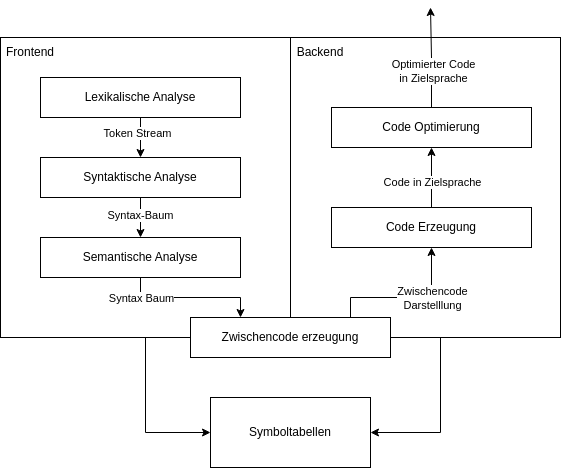
Earlier version of the draw.io export assets/img/transpiler-diagramm.png (lhahner/aspekte-formale-uebersetzung-programmiersprachen). Source tidied: cells renumbered, new cells last; positions are measured from the earlier drawing's top-left corner, leaving out a move shared by most shapes. Source of this version:
```xml
<mxGraphModel>
  <root>
    <mxCell id="0" />
    <mxCell id="1" parent="0" />
    <mxCell id="2" style="edgeStyle=orthogonalEdgeStyle;rounded=0;jettySize=auto;html=1;entryX=1;entryY=0.5;entryDx=0;entryDy=0;" parent="1" edge="1" source="3" target="18">
      <mxGeometry relative="1" as="geometry">
        <Array as="points">
          <mxPoint x="440" y="425" />
        </Array>
      </mxGeometry>
    </mxCell>
    <mxCell id="3" style="rounded=0;whiteSpace=wrap;html=1;" parent="1" vertex="1">
      <mxGeometry x="290" y="30" width="270" height="300" as="geometry" />
    </mxCell>
    <mxCell id="4" style="edgeStyle=orthogonalEdgeStyle;rounded=0;jettySize=auto;html=1;exitX=0.5;exitY=1;exitDx=0;exitDy=0;entryX=0;entryY=0.5;entryDx=0;entryDy=0;" parent="1" edge="1" source="5" target="18">
      <mxGeometry relative="1" as="geometry" />
    </mxCell>
    <mxCell id="5" style="rounded=0;whiteSpace=wrap;html=1;" parent="1" vertex="1">
      <mxGeometry y="30" width="290" height="300" as="geometry" />
    </mxCell>
    <mxCell id="6" style="edgeStyle=orthogonalEdgeStyle;rounded=0;jettySize=auto;html=1;entryX=0.25;entryY=0;entryDx=0;entryDy=0;" parent="1" edge="1" source="8" target="17">
      <mxGeometry relative="1" as="geometry">
        <Array as="points">
          <mxPoint x="140" y="290" />
          <mxPoint x="240" y="290" />
        </Array>
      </mxGeometry>
    </mxCell>
    <mxCell id="7" value="Syntax Baum" style="edgeLabel;html=1;align=center;verticalAlign=middle;" parent="6" vertex="1">
      <mxGeometry x="-0.15" relative="1" as="geometry">
        <mxPoint x="-40" as="offset" />
      </mxGeometry>
    </mxCell>
    <mxCell id="8" value="Semantische Analyse" style="rounded=0;whiteSpace=wrap;html=1;" parent="1" vertex="1">
      <mxGeometry x="40" y="230" width="200" height="40" as="geometry" />
    </mxCell>
    <mxCell id="9" style="edgeStyle=orthogonalEdgeStyle;rounded=0;jettySize=auto;html=1;entryX=0.5;entryY=0;entryDx=0;entryDy=0;" parent="1" edge="1" source="11" target="14">
      <mxGeometry relative="1" as="geometry" />
    </mxCell>
    <mxCell id="10" value="Token Stream" style="edgeLabel;html=1;align=center;verticalAlign=middle;" parent="9" vertex="1">
      <mxGeometry x="-0.25" y="-4" relative="1" as="geometry" />
    </mxCell>
    <mxCell id="11" value="Lexikalische Analyse" style="rounded=0;whiteSpace=wrap;html=1;" parent="1" vertex="1">
      <mxGeometry x="40" y="70" width="200" height="40" as="geometry" />
    </mxCell>
    <mxCell id="12" style="edgeStyle=orthogonalEdgeStyle;rounded=0;jettySize=auto;html=1;entryX=0.5;entryY=0;entryDx=0;entryDy=0;" parent="1" edge="1" source="14" target="8">
      <mxGeometry relative="1" as="geometry" />
    </mxCell>
    <mxCell id="13" value="Syntax-Baum" style="edgeLabel;html=1;align=center;verticalAlign=middle;" parent="12" vertex="1">
      <mxGeometry x="-0.15" y="-1" relative="1" as="geometry" />
    </mxCell>
    <mxCell id="14" value="Syntaktische Analyse" style="rounded=0;whiteSpace=wrap;html=1;" parent="1" vertex="1">
      <mxGeometry x="40" y="150" width="200" height="40" as="geometry" />
    </mxCell>
    <mxCell id="15" style="edgeStyle=orthogonalEdgeStyle;rounded=0;jettySize=auto;html=1;exitX=0.81;exitY=0.025;exitDx=0;exitDy=0;entryX=0.5;entryY=1;entryDx=0;entryDy=0;exitPerimeter=0;" parent="1" edge="1" source="17">
      <mxGeometry relative="1" as="geometry">
        <mxPoint x="431" y="240" as="targetPoint" />
        <Array as="points">
          <mxPoint x="352" y="310" />
          <mxPoint x="350" y="310" />
          <mxPoint x="350" y="290" />
          <mxPoint x="431" y="290" />
        </Array>
      </mxGeometry>
    </mxCell>
    <mxCell id="16" value="Zwischencode &lt;br&gt;Darstelllung" style="edgeLabel;html=1;align=center;verticalAlign=middle;" parent="15" vertex="1">
      <mxGeometry x="0.53" y="-2" relative="1" as="geometry">
        <mxPoint x="-2" y="13" as="offset" />
      </mxGeometry>
    </mxCell>
    <mxCell id="17" value="Zwischencode erzeugung" style="rounded=0;whiteSpace=wrap;html=1;" parent="1" vertex="1">
      <mxGeometry x="190" y="310" width="200" height="40" as="geometry" />
    </mxCell>
    <mxCell id="18" value="Symboltabellen" style="rounded=0;whiteSpace=wrap;html=1;" parent="1" vertex="1">
      <mxGeometry x="210" y="390" width="160" height="70" as="geometry" />
    </mxCell>
    <mxCell id="19" value="Frontend" style="text;html=1;strokeColor=none;fillColor=none;align=center;verticalAlign=middle;whiteSpace=wrap;rounded=0;" parent="1" vertex="1">
      <mxGeometry y="30" width="60" height="30" as="geometry" />
    </mxCell>
    <mxCell id="20" value="Backend" style="text;html=1;strokeColor=none;fillColor=none;align=center;verticalAlign=middle;whiteSpace=wrap;rounded=0;" parent="1" vertex="1">
      <mxGeometry x="290" y="30" width="60" height="30" as="geometry" />
    </mxCell>
    <mxCell id="21" style="edgeStyle=orthogonalEdgeStyle;rounded=0;jettySize=auto;html=1;entryX=0.5;entryY=1;entryDx=0;entryDy=0;" parent="1" edge="1" source="23" target="26">
      <mxGeometry relative="1" as="geometry" />
    </mxCell>
    <mxCell id="22" value="Code in Zielsprache" style="edgeLabel;html=1;align=center;verticalAlign=middle;" parent="21" vertex="1">
      <mxGeometry x="-0.13" relative="1" as="geometry" />
    </mxCell>
    <mxCell id="23" value="Code Erzeugung" style="rounded=0;whiteSpace=wrap;html=1;" parent="1" vertex="1">
      <mxGeometry x="331" y="200" width="200" height="40" as="geometry" />
    </mxCell>
    <mxCell id="24" style="edgeStyle=orthogonalEdgeStyle;rounded=0;jettySize=auto;html=1;" parent="1" edge="1" source="26">
      <mxGeometry relative="1" as="geometry">
        <mxPoint x="430" as="targetPoint" />
      </mxGeometry>
    </mxCell>
    <mxCell id="25" value="Optimierter Code&lt;br&gt;in Zielsprache" style="edgeLabel;html=1;align=center;verticalAlign=middle;" parent="24" vertex="1">
      <mxGeometry x="-0.26" y="-1" relative="1" as="geometry" />
    </mxCell>
    <mxCell id="26" value="Code Optimierung" style="rounded=0;whiteSpace=wrap;html=1;" parent="1" vertex="1">
      <mxGeometry x="331" y="100" width="200" height="40" as="geometry" />
    </mxCell>
  </root>
</mxGraphModel>
```
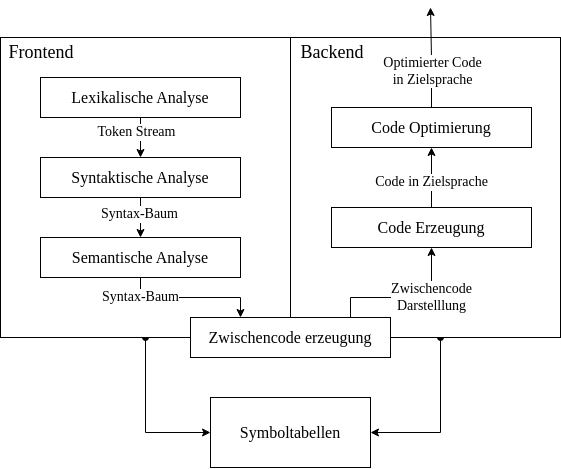
After the change.

Change to the diagram source:
```diff
@@ -2,23 +2,23 @@
   <root>
     <mxCell id="0" />
     <mxCell id="1" parent="0" />
-    <mxCell id="2" style="edgeStyle=orthogonalEdgeStyle;rounded=0;jettySize=auto;html=1;entryX=1;entryY=0.5;entryDx=0;entryDy=0;" parent="1" edge="1" source="3" target="18">
+    <mxCell id="2" style="edgeStyle=orthogonalEdgeStyle;rounded=0;jettySize=auto;html=1;entryX=1;entryY=0.5;entryDx=0;entryDy=0;fontFamily=Semi Serif;startArrow=oval;startFill=1;" parent="1" edge="1" source="3" target="18">
       <mxGeometry relative="1" as="geometry">
         <Array as="points">
           <mxPoint x="440" y="425" />
         </Array>
       </mxGeometry>
     </mxCell>
-    <mxCell id="3" style="rounded=0;whiteSpace=wrap;html=1;" parent="1" vertex="1">
+    <mxCell id="3" style="rounded=0;whiteSpace=wrap;html=1;fontFamily=Semi Serif;" parent="1" vertex="1">
       <mxGeometry x="290" y="30" width="270" height="300" as="geometry" />
     </mxCell>
-    <mxCell id="4" style="edgeStyle=orthogonalEdgeStyle;rounded=0;jettySize=auto;html=1;exitX=0.5;exitY=1;exitDx=0;exitDy=0;entryX=0;entryY=0.5;entryDx=0;entryDy=0;" parent="1" edge="1" source="5" target="18">
+    <mxCell id="4" style="edgeStyle=orthogonalEdgeStyle;rounded=0;jettySize=auto;html=1;exitX=0.5;exitY=1;exitDx=0;exitDy=0;entryX=0;entryY=0.5;entryDx=0;entryDy=0;fontFamily=Semi Serif;startArrow=oval;startFill=1;" parent="1" edge="1" source="5" target="18">
       <mxGeometry relative="1" as="geometry" />
     </mxCell>
-    <mxCell id="5" style="rounded=0;whiteSpace=wrap;html=1;" parent="1" vertex="1">
+    <mxCell id="5" style="rounded=0;whiteSpace=wrap;html=1;fontFamily=Semi Serif;" parent="1" vertex="1">
       <mxGeometry y="30" width="290" height="300" as="geometry" />
     </mxCell>
-    <mxCell id="6" style="edgeStyle=orthogonalEdgeStyle;rounded=0;jettySize=auto;html=1;entryX=0.25;entryY=0;entryDx=0;entryDy=0;" parent="1" edge="1" source="8" target="17">
+    <mxCell id="6" style="edgeStyle=orthogonalEdgeStyle;rounded=0;jettySize=auto;html=1;entryX=0.25;entryY=0;entryDx=0;entryDy=0;fontFamily=Semi Serif;" parent="1" edge="1" source="8" target="17">
       <mxGeometry relative="1" as="geometry">
         <Array as="points">
           <mxPoint x="140" y="290" />
@@ -26,33 +26,33 @@
         </Array>
       </mxGeometry>
     </mxCell>
-    <mxCell id="7" value="Syntax Baum" style="edgeLabel;html=1;align=center;verticalAlign=middle;" parent="6" vertex="1">
+    <mxCell id="7" value="&lt;font style=&quot;font-size: 14px;&quot;&gt;Syntax-Baum&lt;/font&gt;" style="edgeLabel;html=1;align=center;verticalAlign=middle;fontFamily=Semi Serif;" parent="6" vertex="1">
       <mxGeometry x="-0.15" relative="1" as="geometry">
         <mxPoint x="-40" as="offset" />
       </mxGeometry>
     </mxCell>
-    <mxCell id="8" value="Semantische Analyse" style="rounded=0;whiteSpace=wrap;html=1;" parent="1" vertex="1">
+    <mxCell id="8" value="&lt;font style=&quot;font-size: 16px;&quot;&gt;Semantische Analyse&lt;/font&gt;" style="rounded=0;whiteSpace=wrap;html=1;fontFamily=Semi Serif;" parent="1" vertex="1">
       <mxGeometry x="40" y="230" width="200" height="40" as="geometry" />
     </mxCell>
-    <mxCell id="9" style="edgeStyle=orthogonalEdgeStyle;rounded=0;jettySize=auto;html=1;entryX=0.5;entryY=0;entryDx=0;entryDy=0;" parent="1" edge="1" source="11" target="14">
+    <mxCell id="9" style="edgeStyle=orthogonalEdgeStyle;rounded=0;jettySize=auto;html=1;entryX=0.5;entryY=0;entryDx=0;entryDy=0;fontFamily=Semi Serif;" parent="1" edge="1" source="11" target="14">
       <mxGeometry relative="1" as="geometry" />
     </mxCell>
-    <mxCell id="10" value="Token Stream" style="edgeLabel;html=1;align=center;verticalAlign=middle;" parent="9" vertex="1">
+    <mxCell id="10" value="&lt;font style=&quot;font-size: 14px;&quot;&gt;Token Stream&lt;/font&gt;" style="edgeLabel;html=1;align=center;verticalAlign=middle;fontFamily=Semi Serif;" parent="9" vertex="1">
       <mxGeometry x="-0.25" y="-4" relative="1" as="geometry" />
     </mxCell>
-    <mxCell id="11" value="Lexikalische Analyse" style="rounded=0;whiteSpace=wrap;html=1;" parent="1" vertex="1">
+    <mxCell id="11" value="&lt;font style=&quot;font-size: 16px;&quot;&gt;Lexikalische Analyse&lt;/font&gt;" style="rounded=0;whiteSpace=wrap;html=1;fontFamily=Semi Serif;" parent="1" vertex="1">
       <mxGeometry x="40" y="70" width="200" height="40" as="geometry" />
     </mxCell>
-    <mxCell id="12" style="edgeStyle=orthogonalEdgeStyle;rounded=0;jettySize=auto;html=1;entryX=0.5;entryY=0;entryDx=0;entryDy=0;" parent="1" edge="1" source="14" target="8">
+    <mxCell id="12" style="edgeStyle=orthogonalEdgeStyle;rounded=0;jettySize=auto;html=1;entryX=0.5;entryY=0;entryDx=0;entryDy=0;fontFamily=Semi Serif;" parent="1" edge="1" source="14" target="8">
       <mxGeometry relative="1" as="geometry" />
     </mxCell>
-    <mxCell id="13" value="Syntax-Baum" style="edgeLabel;html=1;align=center;verticalAlign=middle;" parent="12" vertex="1">
+    <mxCell id="13" value="&lt;font style=&quot;font-size: 14px;&quot;&gt;Syntax-Baum&lt;/font&gt;" style="edgeLabel;html=1;align=center;verticalAlign=middle;fontFamily=Semi Serif;" parent="12" vertex="1">
       <mxGeometry x="-0.15" y="-1" relative="1" as="geometry" />
     </mxCell>
-    <mxCell id="14" value="Syntaktische Analyse" style="rounded=0;whiteSpace=wrap;html=1;" parent="1" vertex="1">
+    <mxCell id="14" value="&lt;font style=&quot;font-size: 16px;&quot;&gt;Syntaktische Analyse&lt;/font&gt;" style="rounded=0;whiteSpace=wrap;html=1;fontFamily=Semi Serif;" parent="1" vertex="1">
       <mxGeometry x="40" y="150" width="200" height="40" as="geometry" />
     </mxCell>
-    <mxCell id="15" style="edgeStyle=orthogonalEdgeStyle;rounded=0;jettySize=auto;html=1;exitX=0.81;exitY=0.025;exitDx=0;exitDy=0;entryX=0.5;entryY=1;entryDx=0;entryDy=0;exitPerimeter=0;" parent="1" edge="1" source="17">
+    <mxCell id="15" style="edgeStyle=orthogonalEdgeStyle;rounded=0;jettySize=auto;html=1;exitX=0.81;exitY=0.025;exitDx=0;exitDy=0;entryX=0.5;entryY=1;entryDx=0;entryDy=0;exitPerimeter=0;fontFamily=Semi Serif;" parent="1" edge="1" source="17">
       <mxGeometry relative="1" as="geometry">
         <mxPoint x="431" y="240" as="targetPoint" />
         <Array as="points">
@@ -63,41 +63,41 @@
         </Array>
       </mxGeometry>
     </mxCell>
-    <mxCell id="16" value="Zwischencode &lt;br&gt;Darstelllung" style="edgeLabel;html=1;align=center;verticalAlign=middle;" parent="15" vertex="1">
+    <mxCell id="16" value="&lt;font style=&quot;font-size: 14px;&quot;&gt;Zwischencode &lt;br&gt;Darstelllung&lt;/font&gt;" style="edgeLabel;html=1;align=center;verticalAlign=middle;fontFamily=Semi Serif;" parent="15" vertex="1">
       <mxGeometry x="0.53" y="-2" relative="1" as="geometry">
         <mxPoint x="-2" y="13" as="offset" />
       </mxGeometry>
     </mxCell>
-    <mxCell id="17" value="Zwischencode erzeugung" style="rounded=0;whiteSpace=wrap;html=1;" parent="1" vertex="1">
+    <mxCell id="17" value="&lt;font style=&quot;font-size: 16px;&quot;&gt;Zwischencode erzeugung&lt;/font&gt;" style="rounded=0;whiteSpace=wrap;html=1;fontFamily=Semi Serif;" parent="1" vertex="1">
       <mxGeometry x="190" y="310" width="200" height="40" as="geometry" />
     </mxCell>
-    <mxCell id="18" value="Symboltabellen" style="rounded=0;whiteSpace=wrap;html=1;" parent="1" vertex="1">
+    <mxCell id="18" value="&lt;font style=&quot;font-size: 16px;&quot;&gt;Symboltabellen&lt;/font&gt;" style="rounded=0;whiteSpace=wrap;html=1;fontFamily=Semi Serif;" parent="1" vertex="1">
       <mxGeometry x="210" y="390" width="160" height="70" as="geometry" />
     </mxCell>
-    <mxCell id="19" value="Frontend" style="text;html=1;strokeColor=none;fillColor=none;align=center;verticalAlign=middle;whiteSpace=wrap;rounded=0;" parent="1" vertex="1">
-      <mxGeometry y="30" width="60" height="30" as="geometry" />
+    <mxCell id="19" value="&lt;font style=&quot;font-size: 18px;&quot;&gt;Frontend&lt;/font&gt;" style="text;html=1;strokeColor=none;fillColor=none;align=center;verticalAlign=middle;whiteSpace=wrap;rounded=0;fontFamily=Semi Serif;" parent="1" vertex="1">
+      <mxGeometry x="11" y="30" width="60" height="30" as="geometry" />
     </mxCell>
-    <mxCell id="20" value="Backend" style="text;html=1;strokeColor=none;fillColor=none;align=center;verticalAlign=middle;whiteSpace=wrap;rounded=0;" parent="1" vertex="1">
-      <mxGeometry x="290" y="30" width="60" height="30" as="geometry" />
+    <mxCell id="20" value="&lt;font style=&quot;font-size: 18px;&quot;&gt;Backend&lt;/font&gt;" style="text;html=1;strokeColor=none;fillColor=none;align=center;verticalAlign=middle;whiteSpace=wrap;rounded=0;fontFamily=Semi Serif;" parent="1" vertex="1">
+      <mxGeometry x="302" y="30" width="60" height="30" as="geometry" />
     </mxCell>
-    <mxCell id="21" style="edgeStyle=orthogonalEdgeStyle;rounded=0;jettySize=auto;html=1;entryX=0.5;entryY=1;entryDx=0;entryDy=0;" parent="1" edge="1" source="23" target="26">
+    <mxCell id="21" style="edgeStyle=orthogonalEdgeStyle;rounded=0;jettySize=auto;html=1;entryX=0.5;entryY=1;entryDx=0;entryDy=0;fontFamily=Semi Serif;" parent="1" edge="1" source="23" target="26">
       <mxGeometry relative="1" as="geometry" />
     </mxCell>
-    <mxCell id="22" value="Code in Zielsprache" style="edgeLabel;html=1;align=center;verticalAlign=middle;" parent="21" vertex="1">
+    <mxCell id="22" value="&lt;font style=&quot;font-size: 14px;&quot;&gt;Code in Zielsprache&lt;/font&gt;" style="edgeLabel;html=1;align=center;verticalAlign=middle;fontFamily=Semi Serif;" parent="21" vertex="1">
       <mxGeometry x="-0.13" relative="1" as="geometry" />
     </mxCell>
-    <mxCell id="23" value="Code Erzeugung" style="rounded=0;whiteSpace=wrap;html=1;" parent="1" vertex="1">
+    <mxCell id="23" value="&lt;font style=&quot;font-size: 16px;&quot;&gt;Code Erzeugung&lt;/font&gt;" style="rounded=0;whiteSpace=wrap;html=1;fontFamily=Semi Serif;" parent="1" vertex="1">
       <mxGeometry x="331" y="200" width="200" height="40" as="geometry" />
     </mxCell>
-    <mxCell id="24" style="edgeStyle=orthogonalEdgeStyle;rounded=0;jettySize=auto;html=1;" parent="1" edge="1" source="26">
+    <mxCell id="24" style="edgeStyle=orthogonalEdgeStyle;rounded=0;jettySize=auto;html=1;fontFamily=Semi Serif;" parent="1" edge="1" source="26">
       <mxGeometry relative="1" as="geometry">
         <mxPoint x="430" as="targetPoint" />
       </mxGeometry>
     </mxCell>
-    <mxCell id="25" value="Optimierter Code&lt;br&gt;in Zielsprache" style="edgeLabel;html=1;align=center;verticalAlign=middle;" parent="24" vertex="1">
+    <mxCell id="25" value="&lt;font style=&quot;font-size: 14px;&quot;&gt;Optimierter Code&lt;br&gt;in Zielsprache&lt;/font&gt;" style="edgeLabel;html=1;align=center;verticalAlign=middle;fontFamily=Semi Serif;" parent="24" vertex="1">
       <mxGeometry x="-0.26" y="-1" relative="1" as="geometry" />
     </mxCell>
-    <mxCell id="26" value="Code Optimierung" style="rounded=0;whiteSpace=wrap;html=1;" parent="1" vertex="1">
+    <mxCell id="26" value="&lt;font style=&quot;font-size: 16px;&quot;&gt;Code Optimierung&lt;/font&gt;" style="rounded=0;whiteSpace=wrap;html=1;fontFamily=Semi Serif;" parent="1" vertex="1">
       <mxGeometry x="331" y="100" width="200" height="40" as="geometry" />
     </mxCell>
   </root>
```
